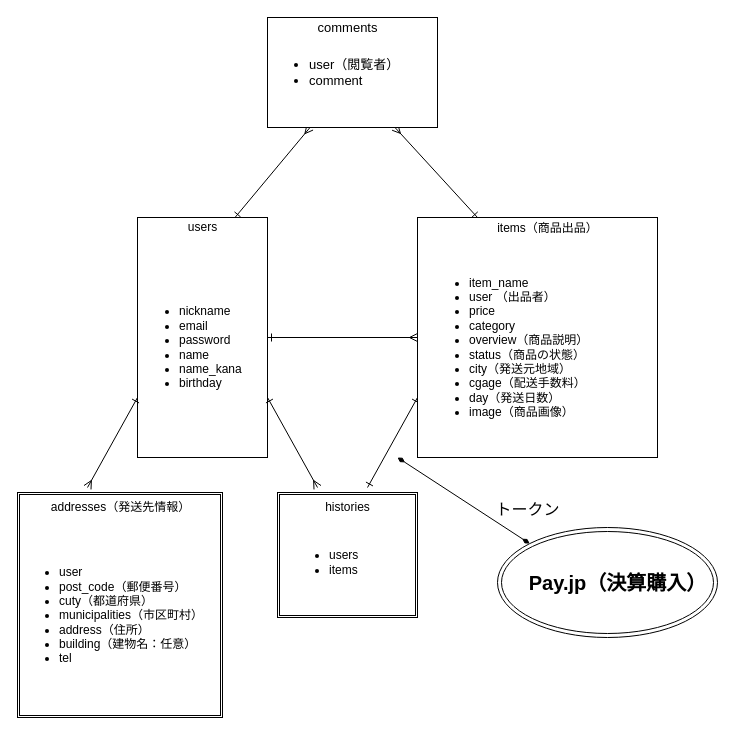
The draw.io diagram furima_ER.dio in MotoSaku/furima-36662, before the edit. Source tidied: cells renumbered, new cells numbered last; positions are measured from the earlier drawing's top-left corner, leaving out a move shared by most shapes. Both pictures are drawn from the tidied source at 100%, with x=0, y=0 at pixel (17, 17).
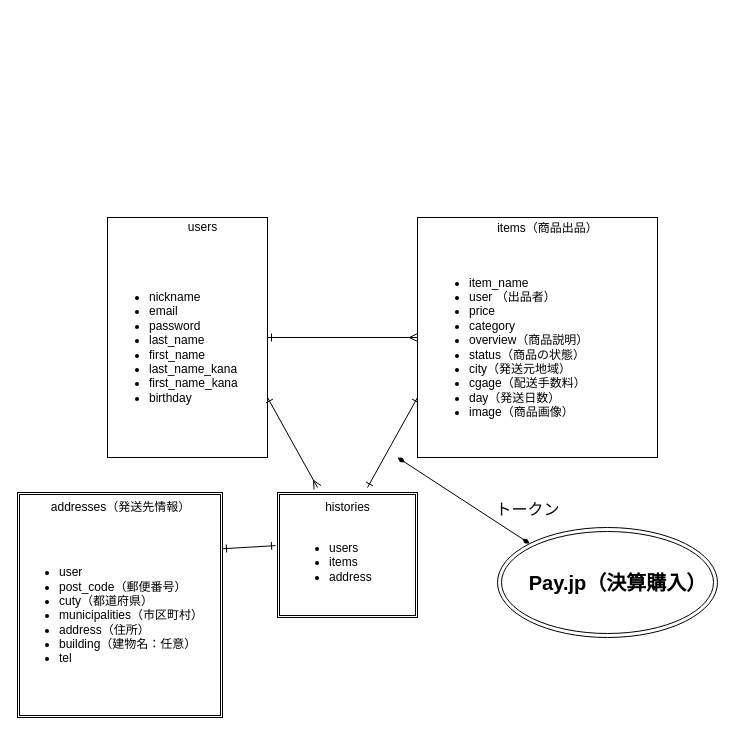
After the change.

Commit message (it also covers changes not shown here):
DB設計 再修正

The change refers to these unchanged cells:
```xml
<mxCell id="7" style="whiteSpace=wrap;html=1;" parent="1" vertex="1">
  <mxGeometry x="400" y="200" width="240" height="240" as="geometry" />
</mxCell>
<mxCell id="13" style="shape=ext;double=1;rounded=0;whiteSpace=wrap;html=1;" parent="1" vertex="1">
  <mxGeometry x="260" y="475" width="140" height="125" as="geometry" />
</mxCell>
<mxCell id="16" style="shape=ext;double=1;rounded=0;whiteSpace=wrap;html=1;" parent="1" vertex="1">
  <mxGeometry y="475" width="205" height="225" as="geometry" />
</mxCell>
```

The edit, as a diff of the source:
```diff
@@
-    <mxCell id="3" style="edgeStyle=none;html=1;exitX=0.75;exitY=0;exitDx=0;exitDy=0;entryX=0.25;entryY=1;entryDx=0;entryDy=0;fontSize=13;startArrow=ERone;startFill=0;endArrow=ERmany;endFill=0;" parent="1" edge="1" source="4" target="24">
-      <mxGeometry relative="1" as="geometry" />
-    </mxCell>
     <mxCell id="4" style="rounded=0;whiteSpace=wrap;html=1;" parent="1" vertex="1">
-      <mxGeometry x="120" y="200" width="130" height="240" as="geometry" />
+      <mxGeometry x="90" y="200" width="160" height="240" as="geometry" />
     </mxCell>
@@
-    <mxCell id="11" style="edgeStyle=none;html=1;exitX=0;exitY=0.75;exitDx=0;exitDy=0;fontSize=20;startArrow=ERone;startFill=0;endArrow=ERmany;endFill=0;" parent="1" edge="1" source="12">
-      <mxGeometry relative="1" as="geometry">
-        <mxPoint x="70" y="470" as="targetPoint" />
-      </mxGeometry>
-    </mxCell>
-    <mxCell id="12" value="&lt;ul&gt;&lt;li&gt;nickname&lt;/li&gt;&lt;li&gt;email&lt;/li&gt;&lt;li&gt;password&lt;/li&gt;&lt;li&gt;name&lt;/li&gt;&lt;li&gt;name_kana&lt;/li&gt;&lt;li&gt;birthday&lt;/li&gt;&lt;/ul&gt;" style="text;strokeColor=none;fillColor=none;html=1;whiteSpace=wrap;verticalAlign=middle;overflow=hidden;" parent="1" vertex="1">
-      <mxGeometry x="120" y="230" width="130" height="200" as="geometry" />
+    <mxCell id="12" value="&lt;ul&gt;&lt;li&gt;nickname&lt;/li&gt;&lt;li&gt;email&lt;/li&gt;&lt;li&gt;password&lt;/li&gt;&lt;li&gt;last_name&lt;/li&gt;&lt;li&gt;first_name&lt;/li&gt;&lt;li&gt;last_name_kana&lt;/li&gt;&lt;li&gt;first_name_kana&lt;/li&gt;&lt;li&gt;birthday&lt;/li&gt;&lt;/ul&gt;" style="text;strokeColor=none;fillColor=none;html=1;whiteSpace=wrap;verticalAlign=middle;overflow=hidden;" parent="1" vertex="1">
+      <mxGeometry x="90" y="230" width="160" height="200" as="geometry" />
     </mxCell>
@@
-    <mxCell id="15" value="&lt;ul&gt;&lt;li&gt;users&lt;/li&gt;&lt;li&gt;items&lt;/li&gt;&lt;/ul&gt;" style="text;strokeColor=none;fillColor=none;html=1;whiteSpace=wrap;verticalAlign=middle;overflow=hidden;" parent="1" vertex="1">
+    <mxCell id="15" value="&lt;ul&gt;&lt;li&gt;users&lt;/li&gt;&lt;li&gt;items&lt;/li&gt;&lt;li&gt;address&lt;/li&gt;&lt;/ul&gt;" style="text;strokeColor=none;fillColor=none;html=1;whiteSpace=wrap;verticalAlign=middle;overflow=hidden;" parent="1" vertex="1">
       <mxGeometry x="270" y="500" width="120" height="90" as="geometry" />
     </mxCell>
+    <mxCell id="27" style="edgeStyle=none;html=1;exitX=1;exitY=0.25;exitDx=0;exitDy=0;entryX=-0.014;entryY=0.425;entryDx=0;entryDy=0;entryPerimeter=0;fontSize=13;startArrow=ERone;startFill=0;endArrow=ERone;endFill=0;" parent="1" edge="1" source="16" target="13">
+      <mxGeometry relative="1" as="geometry" />
+    </mxCell>
@@
-    <mxCell id="23" style="edgeStyle=none;html=1;exitX=0.75;exitY=1;exitDx=0;exitDy=0;entryX=0.25;entryY=0;entryDx=0;entryDy=0;fontSize=13;startArrow=ERmany;startFill=0;endArrow=ERone;endFill=0;" parent="1" edge="1" source="24" target="7">
-      <mxGeometry relative="1" as="geometry" />
-    </mxCell>
-    <mxCell id="24" style="rounded=0;whiteSpace=wrap;html=1;fontSize=20;" parent="1" vertex="1">
-      <mxGeometry x="250" width="170" height="110" as="geometry" />
-    </mxCell>
-    <mxCell id="25" value="comments" style="text;html=1;align=center;verticalAlign=middle;strokeColor=none;fontSize=13;" parent="1" vertex="1">
-      <mxGeometry x="290" width="80" height="20" as="geometry" />
-    </mxCell>
-    <mxCell id="26" value="&lt;ul&gt;&lt;li&gt;user（閲覧者）&lt;/li&gt;&lt;li&gt;comment&lt;/li&gt;&lt;/ul&gt;" style="text;strokeColor=none;fillColor=none;html=1;whiteSpace=wrap;verticalAlign=middle;overflow=hidden;fontSize=13;" parent="1" vertex="1">
-      <mxGeometry x="250" y="20" width="170" height="70" as="geometry" />
-    </mxCell>
```
